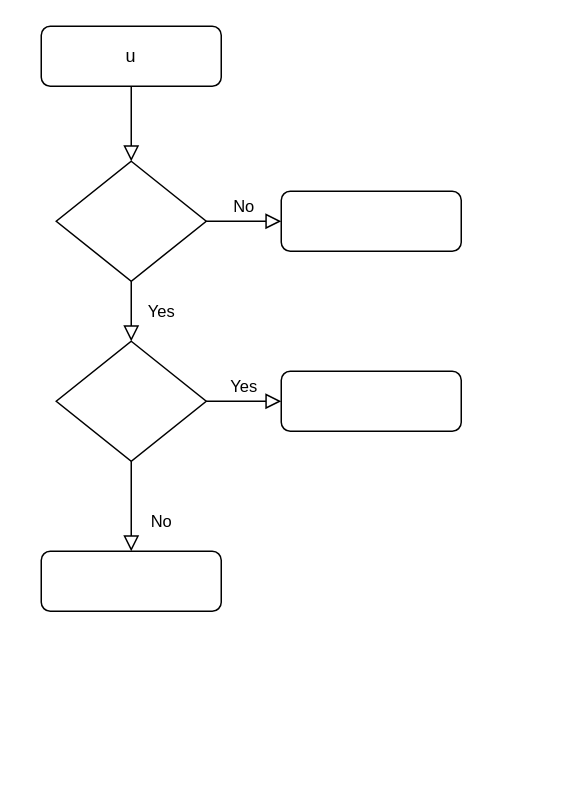
Before: Untitled Diagram.drawio in SergeNm/to-do-app-web, a draw.io diagram. Source tidied: cells renumbered, new cells numbered last; positions are measured from the earlier drawing's top-left corner, leaving out a move shared by most shapes. Both pictures are drawn from the tidied source at 150%, with x=0, y=0 at pixel (40, 26).
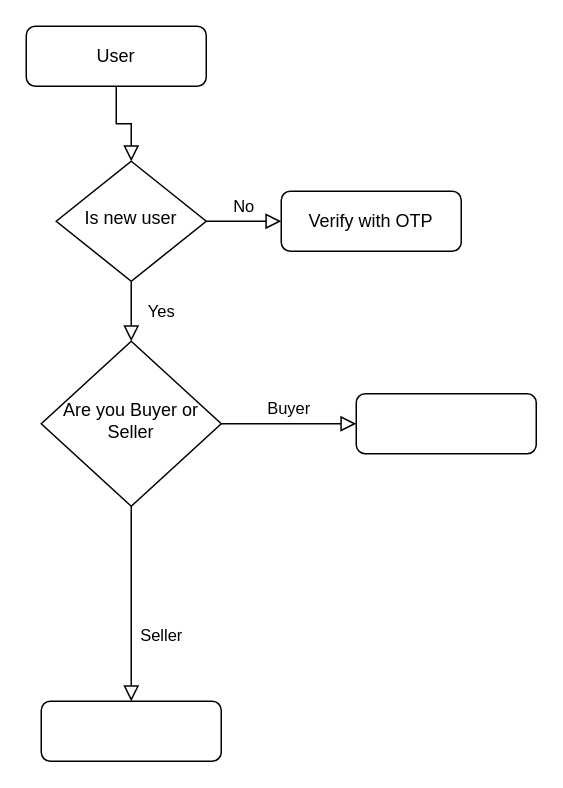
The same diagram, later.

Change to the diagram source:
```diff
@@
 <mxGraphModel>
   <root>
     <mxCell id="0" />
     <mxCell id="1" parent="0" />
     <mxCell id="2" style="rounded=0;html=1;jettySize=auto;fontSize=11;endArrow=block;endFill=0;endSize=8;strokeWidth=1;shadow=0;labelBackgroundColor=none;edgeStyle=orthogonalEdgeStyle;" parent="1" edge="1" source="3" target="6">
       <mxGeometry relative="1" as="geometry" />
     </mxCell>
-    <mxCell id="3" value="u" style="rounded=1;whiteSpace=wrap;html=1;fontSize=12;glass=0;strokeWidth=1;shadow=0;" parent="1" vertex="1">
-      <mxGeometry width="120" height="40" as="geometry" />
+    <mxCell id="3" value="User" style="rounded=1;whiteSpace=wrap;html=1;fontSize=12;glass=0;strokeWidth=1;shadow=0;" parent="1" vertex="1">
+      <mxGeometry x="-10" width="120" height="40" as="geometry" />
     </mxCell>
     <mxCell id="4" value="Yes" style="rounded=0;html=1;jettySize=auto;fontSize=11;endArrow=block;endFill=0;endSize=8;strokeWidth=1;shadow=0;labelBackgroundColor=none;edgeStyle=orthogonalEdgeStyle;" parent="1" edge="1" source="6" target="10">
       <mxGeometry y="20" relative="1" as="geometry" />
     </mxCell>
     <mxCell id="5" value="No" style="edgeStyle=orthogonalEdgeStyle;rounded=0;html=1;jettySize=auto;fontSize=11;endArrow=block;endFill=0;endSize=8;strokeWidth=1;shadow=0;labelBackgroundColor=none;" parent="1" edge="1" source="6" target="7">
       <mxGeometry y="10" relative="1" as="geometry" />
     </mxCell>
-    <mxCell id="6" style="rhombus;whiteSpace=wrap;html=1;shadow=0;fontFamily=Helvetica;fontSize=12;align=center;strokeWidth=1;spacing=6;spacingTop=-4;" parent="1" vertex="1">
+    <mxCell id="6" value="Is new user" style="rhombus;whiteSpace=wrap;html=1;shadow=0;fontFamily=Helvetica;fontSize=12;align=center;strokeWidth=1;spacing=6;spacingTop=-4;" parent="1" vertex="1">
       <mxGeometry x="10" y="90" width="100" height="80" as="geometry" />
     </mxCell>
-    <mxCell id="7" style="rounded=1;whiteSpace=wrap;html=1;fontSize=12;glass=0;strokeWidth=1;shadow=0;" parent="1" vertex="1">
+    <mxCell id="7" value="Verify with OTP" style="rounded=1;whiteSpace=wrap;html=1;fontSize=12;glass=0;strokeWidth=1;shadow=0;" parent="1" vertex="1">
       <mxGeometry x="160" y="110" width="120" height="40" as="geometry" />
     </mxCell>
-    <mxCell id="8" value="No" style="rounded=0;html=1;jettySize=auto;fontSize=11;endArrow=block;endFill=0;endSize=8;strokeWidth=1;shadow=0;labelBackgroundColor=none;edgeStyle=orthogonalEdgeStyle;" parent="1" edge="1" source="10" target="11">
+    <mxCell id="8" value="Seller" style="rounded=0;html=1;jettySize=auto;fontSize=11;endArrow=block;endFill=0;endSize=8;strokeWidth=1;shadow=0;labelBackgroundColor=none;edgeStyle=orthogonalEdgeStyle;" parent="1" edge="1" source="10" target="11">
       <mxGeometry x="0.33" y="20" relative="1" as="geometry" />
     </mxCell>
-    <mxCell id="9" value="Yes" style="edgeStyle=orthogonalEdgeStyle;rounded=0;html=1;jettySize=auto;fontSize=11;endArrow=block;endFill=0;endSize=8;strokeWidth=1;shadow=0;labelBackgroundColor=none;" parent="1" edge="1" source="10" target="12">
+    <mxCell id="9" value="Buyer" style="edgeStyle=orthogonalEdgeStyle;rounded=0;html=1;jettySize=auto;fontSize=11;endArrow=block;endFill=0;endSize=8;strokeWidth=1;shadow=0;labelBackgroundColor=none;" parent="1" edge="1" source="10" target="12">
       <mxGeometry y="10" relative="1" as="geometry" />
     </mxCell>
-    <mxCell id="10" style="rhombus;whiteSpace=wrap;html=1;shadow=0;fontFamily=Helvetica;fontSize=12;align=center;strokeWidth=1;spacing=6;spacingTop=-4;" parent="1" vertex="1">
-      <mxGeometry x="10" y="210" width="100" height="80" as="geometry" />
+    <mxCell id="10" value="Are you Buyer or Seller" style="rhombus;whiteSpace=wrap;html=1;shadow=0;fontFamily=Helvetica;fontSize=12;align=center;strokeWidth=1;spacing=6;spacingTop=-4;" parent="1" vertex="1">
+      <mxGeometry y="210" width="120" height="110" as="geometry" />
     </mxCell>
     <mxCell id="11" style="rounded=1;whiteSpace=wrap;html=1;fontSize=12;glass=0;strokeWidth=1;shadow=0;" parent="1" vertex="1">
-      <mxGeometry y="350" width="120" height="40" as="geometry" />
+      <mxGeometry y="450" width="120" height="40" as="geometry" />
     </mxCell>
     <mxCell id="12" style="rounded=1;whiteSpace=wrap;html=1;fontSize=12;glass=0;strokeWidth=1;shadow=0;" parent="1" vertex="1">
-      <mxGeometry x="160" y="230" width="120" height="40" as="geometry" />
+      <mxGeometry x="210" y="245" width="120" height="40" as="geometry" />
     </mxCell>
   </root>
 </mxGraphModel>
```
